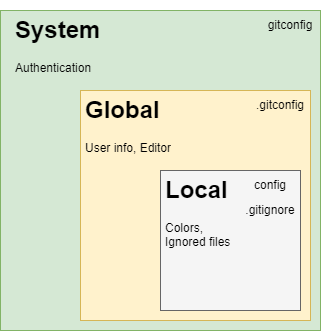
Earlier version of the draw.io export Assets/images/git_configuration_model.png (braboj/tutorial-git). Source tidied: cells renumbered, new cells last; positions are measured from the earlier drawing's top-left corner, leaving out a move shared by most shapes.
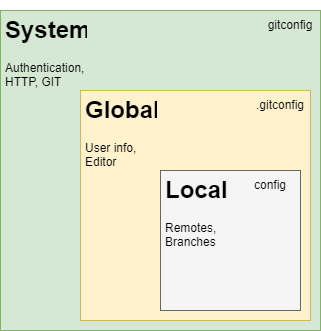
After the change.

Diff of the diagram source:
```diff
@@ -11,13 +11,13 @@
     <mxCell id="4" style="whiteSpace=wrap;html=1;fillColor=#f5f5f5;fontColor=#333333;strokeColor=#666666;" parent="1" vertex="1">
       <mxGeometry x="160" y="160" width="140" height="140" as="geometry" />
     </mxCell>
-    <mxCell id="5" value="&lt;h1&gt;System&lt;/h1&gt;&lt;p&gt;Authentication&lt;/p&gt;" style="text;html=1;strokeColor=none;fillColor=none;spacing=5;spacingTop=-20;whiteSpace=wrap;overflow=hidden;rounded=0;" parent="1" vertex="1">
-      <mxGeometry x="10" width="140" height="70" as="geometry" />
+    <mxCell id="5" value="&lt;h1&gt;System&lt;/h1&gt;&lt;p&gt;Authentication, HTTP, GIT&lt;/p&gt;" style="text;html=1;strokeColor=none;fillColor=none;spacing=5;spacingTop=-20;whiteSpace=wrap;overflow=hidden;rounded=0;" parent="1" vertex="1">
+      <mxGeometry width="90" height="80" as="geometry" />
     </mxCell>
     <mxCell id="6" value="&lt;h1&gt;Global&lt;/h1&gt;&lt;p&gt;User info, Editor&lt;/p&gt;" style="text;html=1;strokeColor=none;fillColor=none;spacing=5;spacingTop=-20;whiteSpace=wrap;overflow=hidden;rounded=0;" parent="1" vertex="1">
-      <mxGeometry x="80" y="80" width="140" height="80" as="geometry" />
+      <mxGeometry x="80" y="80" width="80" height="80" as="geometry" />
     </mxCell>
-    <mxCell id="7" value="&lt;h1&gt;Local&lt;/h1&gt;&lt;p&gt;Colors, Ignored files&lt;/p&gt;" style="text;html=1;strokeColor=none;fillColor=none;spacing=5;spacingTop=-20;whiteSpace=wrap;overflow=hidden;rounded=0;" parent="1" vertex="1">
+    <mxCell id="7" value="&lt;h1&gt;Local&lt;/h1&gt;&lt;p&gt;Remotes, Branches&lt;/p&gt;&lt;p&gt;&lt;br&gt;&lt;/p&gt;" style="text;html=1;strokeColor=none;fillColor=none;spacing=5;spacingTop=-20;whiteSpace=wrap;overflow=hidden;rounded=0;" parent="1" vertex="1">
       <mxGeometry x="160" y="160" width="90" height="80" as="geometry" />
     </mxCell>
     <mxCell id="8" value="gitconfig" style="text;html=1;strokeColor=none;fillColor=none;align=center;verticalAlign=middle;whiteSpace=wrap;rounded=0;" parent="1" vertex="1">
@@ -29,8 +29,5 @@
     <mxCell id="10" value="config" style="text;html=1;strokeColor=none;fillColor=none;align=center;verticalAlign=middle;whiteSpace=wrap;rounded=0;" parent="1" vertex="1">
       <mxGeometry x="240" y="160" width="60" height="30" as="geometry" />
     </mxCell>
-    <mxCell id="11" value=".gitignore" style="text;html=1;strokeColor=none;fillColor=none;align=center;verticalAlign=middle;whiteSpace=wrap;rounded=0;" parent="1" vertex="1">
-      <mxGeometry x="240" y="185" width="60" height="30" as="geometry" />
-    </mxCell>
   </root>
 </mxGraphModel>
```
